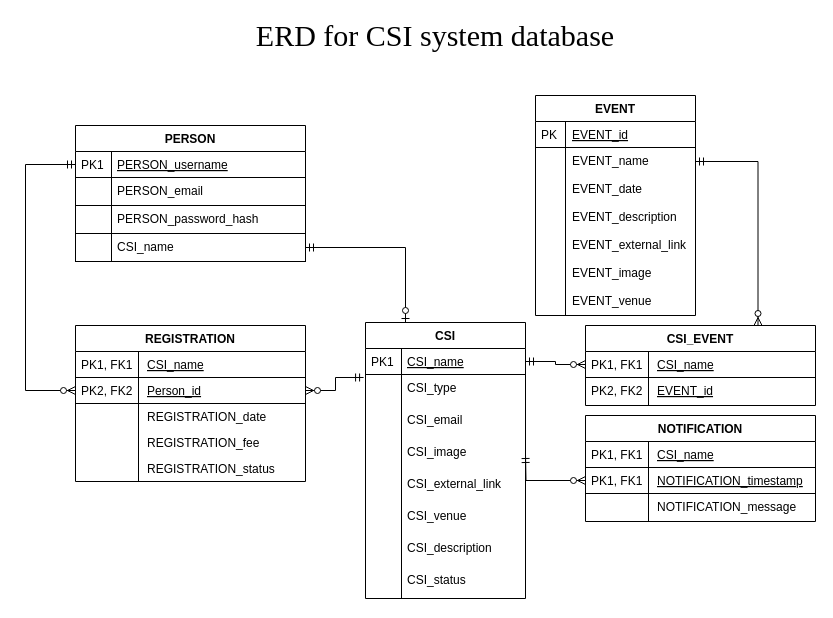
Above: Diagrams/ERD.drawio in Makizoro/Overclock (draw.io), before the change. Source tidied: cells renumbered, new cells numbered last; positions are measured from the earlier drawing's top-left corner, leaving out a move shared by most shapes. Both pictures are drawn from the tidied source at 100%, with x=0, y=0 at pixel (25, 25).
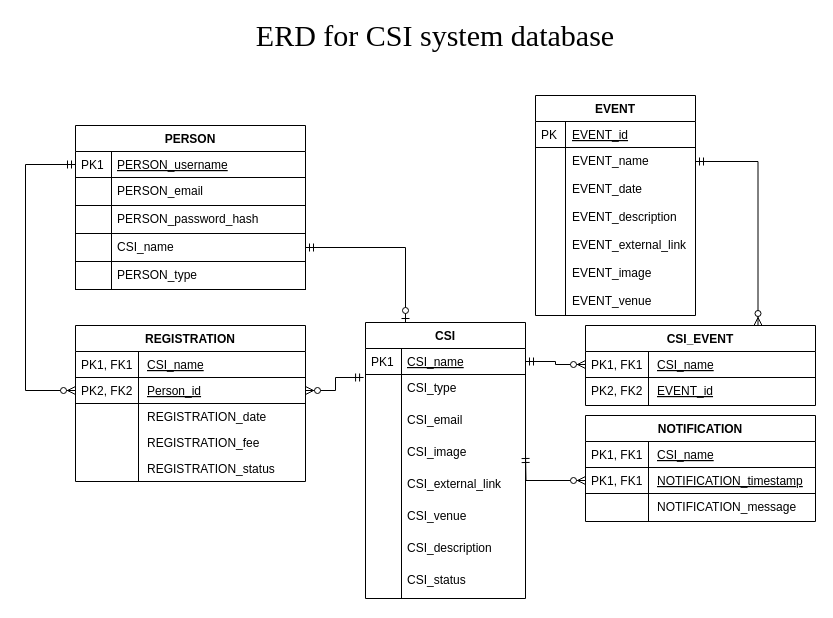
Above is the later version.

The edit, as a diff of the source:
```diff
@@
     <mxCell id="54" value="PERSON" style="swimlane;fontStyle=1;horizontal=1;startSize=26;rounded=0;shadow=0;strokeWidth=1;" parent="1" vertex="1">
-      <mxGeometry x="50" y="100" width="230" height="136" as="geometry" />
+      <mxGeometry x="50" y="100" width="230" height="164" as="geometry" />
     </mxCell>
@@
+    <mxCell id="73" value="PERSON_type" style="shape=partialRectangle;top=0;left=0;right=0;bottom=1;align=left;verticalAlign=top;fillColor=none;spacingLeft=40;spacingRight=4;overflow=hidden;rounded=0;shadow=0;strokeWidth=1;fontStyle=0;" parent="54" vertex="1">
+      <mxGeometry y="136" width="230" height="28" as="geometry" />
+    </mxCell>
+    <mxCell id="74" style="shape=partialRectangle;top=0;left=0;bottom=0;fillColor=none;align=left;verticalAlign=top;spacingLeft=4;spacingRight=4;overflow=hidden;" parent="73" vertex="1">
+      <mxGeometry width="36" height="28" as="geometry" />
+    </mxCell>
```
